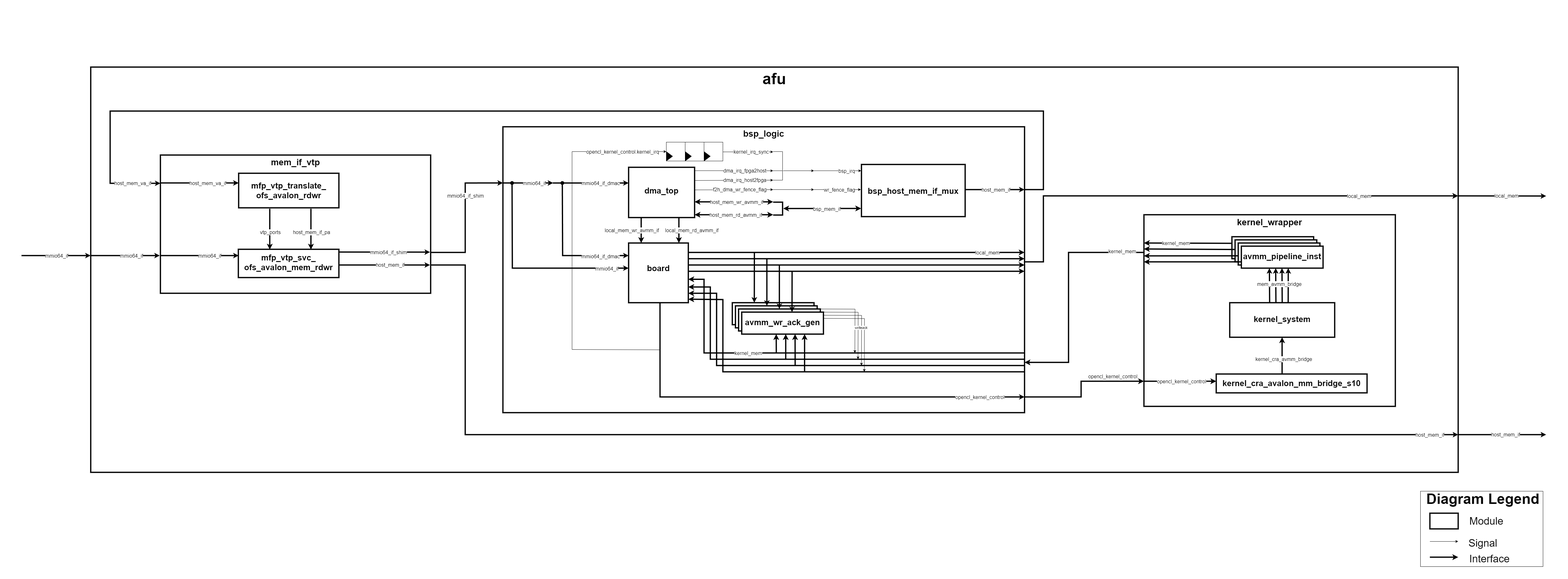
Above: doc/img/pipes_base_archd.png in bspena/Comunications-Mechanisms-Comparison-on-FPGA (draw.io), before the change. Source tidied: cells renumbered, new cells last; positions are measured from the earlier drawing's top-left corner, leaving out a move shared by most shapes.
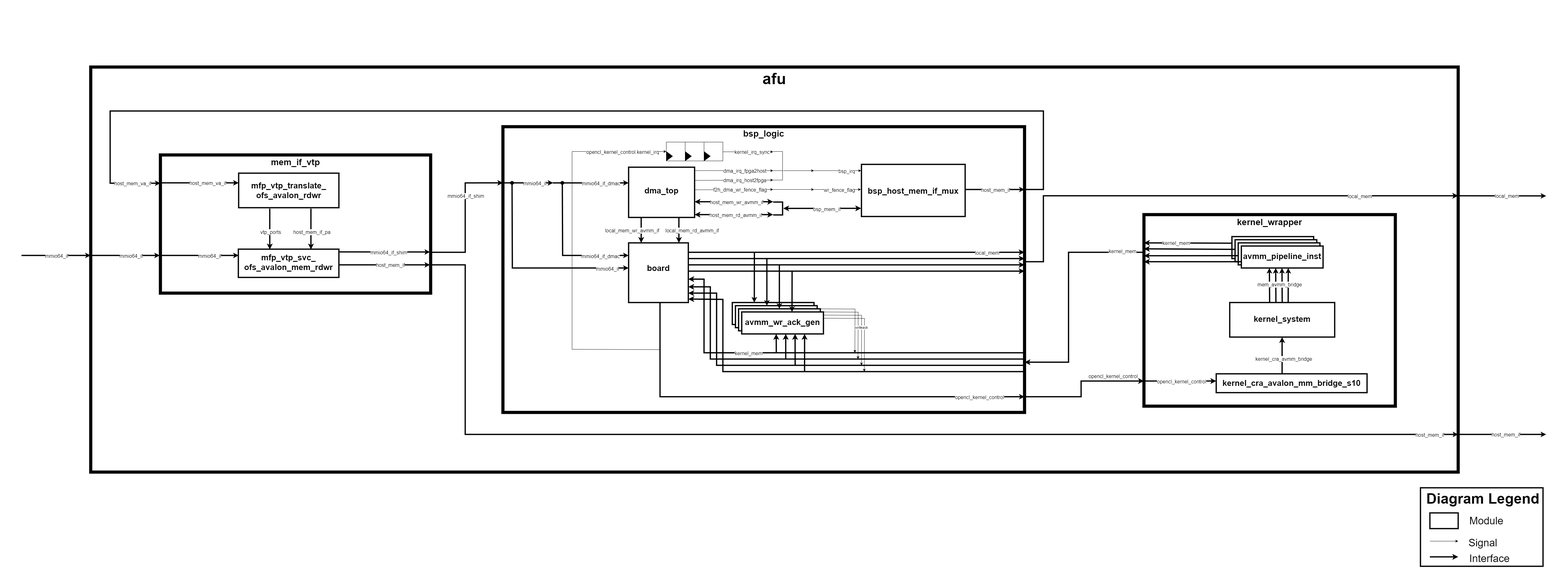
Later version of the same file.

Diff of the diagram source:
```diff
@@ -5,13 +5,13 @@
     <mxCell id="2" style="rounded=0;whiteSpace=wrap;html=1;strokeColor=none;" parent="1" vertex="1">
       <mxGeometry width="4990" height="1843" as="geometry" />
     </mxCell>
-    <mxCell id="3" value="afu" style="whiteSpace=wrap;strokeWidth=4;verticalAlign=top;spacing=3;fontStyle=1;fontSize=50;" parent="1" vertex="1">
+    <mxCell id="3" value="afu" style="whiteSpace=wrap;strokeWidth=10;verticalAlign=top;spacing=3;fontStyle=1;fontSize=50;" parent="1" vertex="1">
       <mxGeometry x="288.2" y="213" width="4351.8" height="1290" as="geometry" />
     </mxCell>
-    <mxCell id="4" value="kernel_wrapper" style="whiteSpace=wrap;strokeWidth=4;verticalAlign=top;spacing=3;fontStyle=1;fontSize=28;spacingRight=0;" parent="1" vertex="1">
+    <mxCell id="4" value="kernel_wrapper" style="whiteSpace=wrap;strokeWidth=10;verticalAlign=top;spacing=3;fontStyle=1;fontSize=28;spacingRight=0;" parent="1" vertex="1">
       <mxGeometry x="3640" y="683" width="800" height="610" as="geometry" />
     </mxCell>
-    <mxCell id="5" value="mem_if_vtp" style="whiteSpace=wrap;strokeWidth=4;verticalAlign=top;fontStyle=1;fontSize=28;" parent="1" vertex="1">
+    <mxCell id="5" value="mem_if_vtp" style="whiteSpace=wrap;strokeWidth=10;verticalAlign=top;fontStyle=1;fontSize=28;" parent="1" vertex="1">
       <mxGeometry x="510" y="493" width="860" height="440" as="geometry" />
     </mxCell>
     <mxCell id="6" value="mfp_vtp_svc_&#10;ofs_avalon_mem_rdwr&#10;" style="whiteSpace=wrap;strokeWidth=4;verticalAlign=top;fontStyle=1;align=center;fontSize=26;spacingBottom=0;spacing=7;" parent="1" vertex="1">
@@ -104,7 +104,7 @@
         <mxPoint x="39" as="offset" />
       </mxGeometry>
     </mxCell>
-    <mxCell id="24" value="bsp_logic" style="whiteSpace=wrap;strokeWidth=4;verticalAlign=top;fontStyle=1;spacing=1;fontSize=28;labelBackgroundColor=#FFFFFF;" parent="1" vertex="1">
+    <mxCell id="24" value="bsp_logic" style="whiteSpace=wrap;strokeWidth=10;verticalAlign=top;fontStyle=1;spacing=1;fontSize=28;labelBackgroundColor=#FFFFFF;" parent="1" vertex="1">
       <mxGeometry x="1600" y="403" width="1660" height="910" as="geometry" />
     </mxCell>
     <mxCell id="25" value="dma_top" style="whiteSpace=wrap;strokeWidth=4;verticalAlign=top;fontStyle=1;spacing=55;fontSize=26;" parent="1" vertex="1">
@@ -807,8 +807,8 @@
     <mxCell id="145" value="Diagram Legend" style="text;html=1;align=center;verticalAlign=middle;whiteSpace=wrap;rounded=0;fontSize=46;fontStyle=1;" parent="1" vertex="1">
       <mxGeometry x="4520" y="1573" width="398" height="30" as="geometry" />
     </mxCell>
-    <mxCell id="146" style="rounded=0;whiteSpace=wrap;html=1;fillOpacity=0;" parent="1" vertex="1">
-      <mxGeometry x="4520" y="1563" width="390" height="240" as="geometry" />
+    <mxCell id="146" style="rounded=0;whiteSpace=wrap;html=1;fillOpacity=0;strokeWidth=4;" parent="1" vertex="1">
+      <mxGeometry x="4520" y="1553" width="390" height="250" as="geometry" />
     </mxCell>
   </root>
 </mxGraphModel>
```
